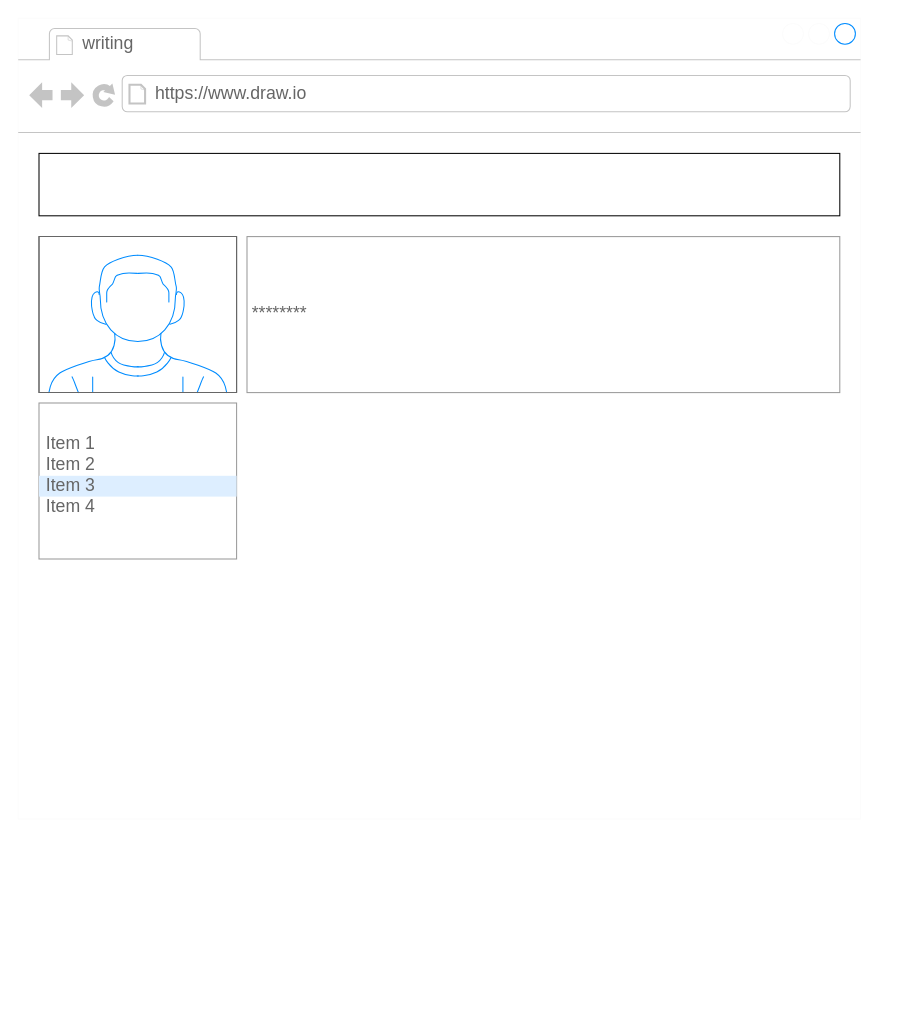
This is wire frame.drawio from ASDAH-Digtal/18734-cecelia-poo, a draw.io file, before an edit. Source tidied: cells renumbered, new cells numbered last; positions are measured from the earlier drawing's top-left corner, leaving out a move shared by most shapes. Both pictures are drawn from the tidied source at 104%, with x=0, y=0 at pixel (18, 18).
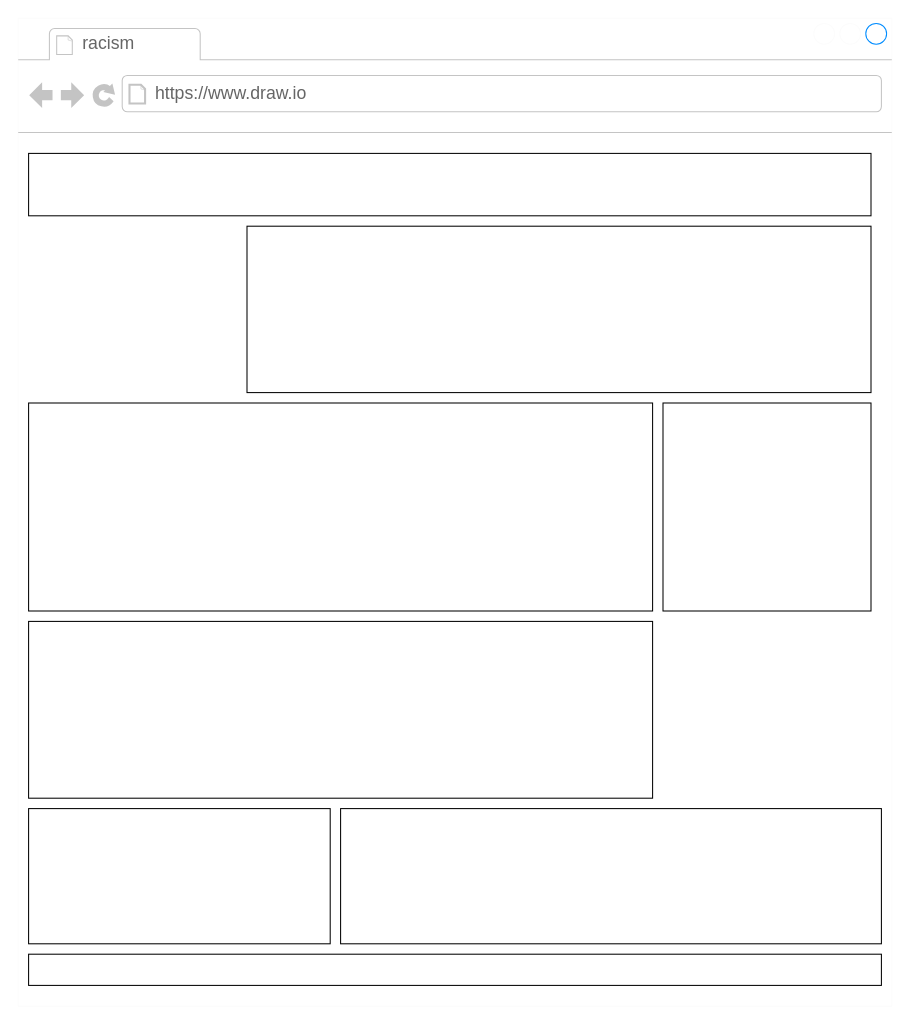
The same diagram, later.

Change to the diagram source:
```diff
@@
 <mxGraphModel>
   <root>
     <mxCell id="0" />
     <mxCell id="1" parent="0" />
     <mxCell id="2" style="strokeWidth=1;shadow=0;dashed=0;align=center;html=1;shape=mxgraph.mockup.containers.browserWindow;rSize=0;strokeColor2=#008cff;strokeColor3=#c4c4c4;mainText=,;strokeColor=#FCFCFC;" parent="1" vertex="1">
-      <mxGeometry width="810" height="770" as="geometry" />
+      <mxGeometry width="840" height="950" as="geometry" />
     </mxCell>
-    <mxCell id="3" value="writing" style="strokeWidth=1;shadow=0;dashed=0;align=center;html=1;shape=mxgraph.mockup.containers.anchor;fontSize=17;fontColor=#666666;align=left;" parent="2" vertex="1">
+    <mxCell id="3" value="racism" style="strokeWidth=1;shadow=0;dashed=0;align=center;html=1;shape=mxgraph.mockup.containers.anchor;fontSize=17;fontColor=#666666;align=left;" parent="2" vertex="1">
       <mxGeometry x="60" y="12" width="110" height="26" as="geometry" />
     </mxCell>
     <mxCell id="4" value="https://www.draw.io" style="strokeWidth=1;shadow=0;dashed=0;align=center;html=1;shape=mxgraph.mockup.containers.anchor;rSize=0;fontSize=17;fontColor=#666666;align=left;" parent="2" vertex="1">
       <mxGeometry x="130" y="60" width="250" height="26" as="geometry" />
     </mxCell>
-    <mxCell id="5" style="verticalLabelPosition=bottom;shadow=0;dashed=0;align=center;html=1;verticalAlign=top;strokeWidth=1;shape=mxgraph.mockup.containers.userMale;strokeColor=#666666;strokeColor2=#008cff;" parent="2" vertex="1">
-      <mxGeometry x="20" y="210" width="190" height="150" as="geometry" />
-    </mxCell>
-    <mxCell id="6" value="********" style="strokeWidth=1;shadow=0;dashed=0;align=center;html=1;shape=mxgraph.mockup.forms.pwField;strokeColor=#999999;mainText=;align=left;fontColor=#666666;fontSize=17;spacingLeft=3;" parent="2" vertex="1">
-      <mxGeometry x="220" y="210" width="570" height="150" as="geometry" />
-    </mxCell>
-    <mxCell id="7" style="strokeWidth=1;shadow=0;dashed=0;align=center;html=1;shape=mxgraph.mockup.forms.rrect;rSize=0;strokeColor=#999999;fillColor=#ffffff;" parent="2" vertex="1">
-      <mxGeometry x="20" y="370" width="190" height="150" as="geometry" />
-    </mxCell>
-    <mxCell id="8" value="Item 1" style="strokeWidth=1;shadow=0;dashed=0;align=center;html=1;shape=mxgraph.mockup.forms.anchor;fontSize=17;fontColor=#666666;align=left;spacingLeft=5;" parent="7" vertex="1">
-      <mxGeometry width="190" height="20" relative="1" as="geometry">
-        <mxPoint y="30" as="offset" />
-      </mxGeometry>
-    </mxCell>
-    <mxCell id="9" value="Item 2" style="strokeWidth=1;shadow=0;dashed=0;align=center;html=1;shape=mxgraph.mockup.forms.anchor;fontSize=17;fontColor=#666666;align=left;spacingLeft=5;" parent="7" vertex="1">
-      <mxGeometry width="190" height="20" relative="1" as="geometry">
-        <mxPoint y="50" as="offset" />
-      </mxGeometry>
-    </mxCell>
-    <mxCell id="10" value="Item 3" style="strokeWidth=1;shadow=0;dashed=0;align=center;html=1;shape=mxgraph.mockup.forms.rrect;rSize=0;fontSize=17;fontColor=#666666;align=left;spacingLeft=5;fillColor=#ddeeff;strokeColor=none;" parent="7" vertex="1">
-      <mxGeometry width="190" height="20" relative="1" as="geometry">
-        <mxPoint y="70" as="offset" />
-      </mxGeometry>
-    </mxCell>
-    <mxCell id="11" value="Item 4" style="strokeWidth=1;shadow=0;dashed=0;align=center;html=1;shape=mxgraph.mockup.forms.anchor;fontSize=17;fontColor=#666666;align=left;spacingLeft=5;" parent="7" vertex="1">
-      <mxGeometry width="190" height="20" relative="1" as="geometry">
-        <mxPoint y="90" as="offset" />
-      </mxGeometry>
-    </mxCell>
     <mxCell id="12" style="rounded=0;whiteSpace=wrap;html=1;fillColor=none;strokeColor=#030303;" parent="2" vertex="1">
-      <mxGeometry x="20" y="130" width="770" height="60" as="geometry" />
+      <mxGeometry x="10" y="130" width="810" height="60" as="geometry" />
     </mxCell>
+    <mxCell id="13" style="rounded=0;whiteSpace=wrap;html=1;" parent="2" vertex="1">
+      <mxGeometry x="220" y="200" width="600" height="160" as="geometry" />
+    </mxCell>
+    <mxCell id="14" style="whiteSpace=wrap;html=1;" parent="2" vertex="1">
+      <mxGeometry x="620" y="370" width="200" height="200" as="geometry" />
+    </mxCell>
+    <mxCell id="15" style="rounded=0;whiteSpace=wrap;html=1;" parent="2" vertex="1">
+      <mxGeometry x="10" y="370" width="600" height="200" as="geometry" />
+    </mxCell>
+    <mxCell id="16" style="rounded=0;whiteSpace=wrap;html=1;" parent="2" vertex="1">
+      <mxGeometry x="10" y="580" width="600" height="170" as="geometry" />
+    </mxCell>
+    <mxCell id="17" style="rounded=0;whiteSpace=wrap;html=1;" parent="2" vertex="1">
+      <mxGeometry x="10" y="900" width="820" height="30" as="geometry" />
+    </mxCell>
+    <mxCell id="18" style="rounded=0;whiteSpace=wrap;html=1;" parent="2" vertex="1">
+      <mxGeometry x="310" y="760" width="520" height="130" as="geometry" />
+    </mxCell>
+    <mxCell id="19" style="rounded=0;whiteSpace=wrap;html=1;" parent="2" vertex="1">
+      <mxGeometry x="10" y="760" width="290" height="130" as="geometry" />
+    </mxCell>
   </root>
 </mxGraphModel>
```
